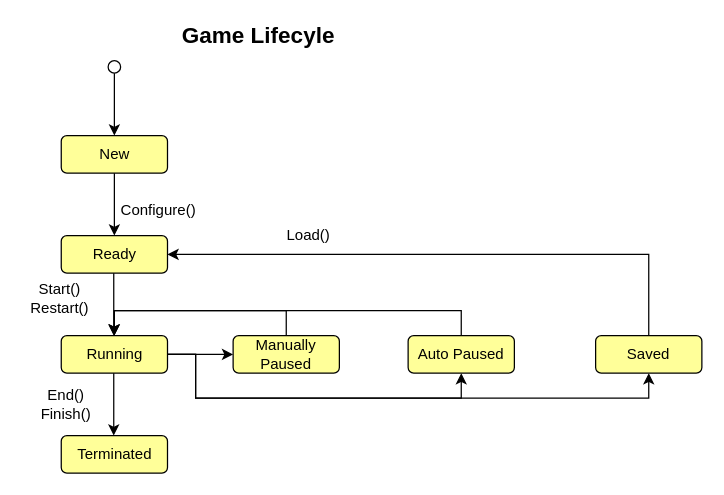
The draw.io diagram page "Game Lifecycle" (1 of 4) of diagrams/EntityLifcycle.drawio in moodaye/pokerIndia, before the edit. Source tidied: cells renumbered, new cells numbered last; positions are measured from the earlier drawing's top-left corner, leaving out a move shared by most shapes. Both pictures are drawn from the tidied source at 125%, with x=0, y=0 at pixel (21, 22).
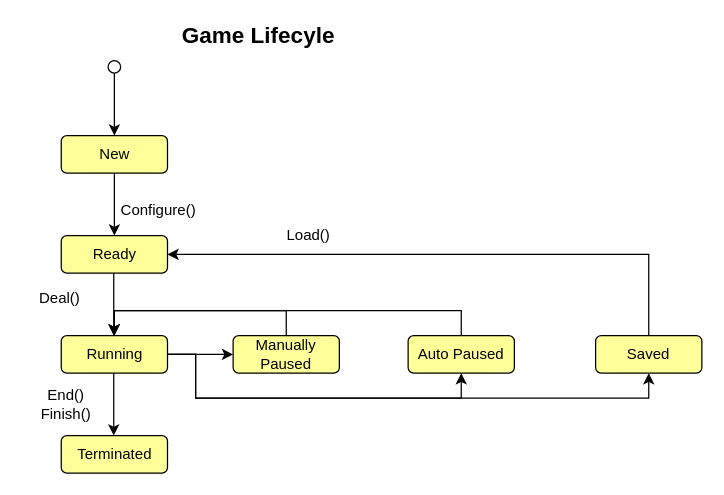
The same page after the edit.

Commit message:
new flow for game lc for mvp 1

The edit, as a diff of the source:
```diff
@@
-    <mxCell id="21" value="Start()&lt;br&gt;Restart()" style="text;html=1;align=center;verticalAlign=middle;fillColor=none;strokeColor=none;rounded=0;" parent="1" vertex="1">
-      <mxGeometry y="205" width="60" height="30" as="geometry" />
+    <mxCell id="21" value="Deal()" style="text;html=1;align=center;verticalAlign=middle;fillColor=none;strokeColor=none;rounded=0;" parent="1" vertex="1">
+      <mxGeometry x="5" y="210" width="50" height="20" as="geometry" />
     </mxCell>
```
